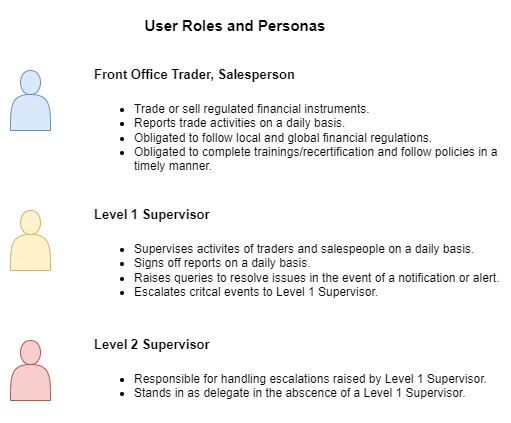
Before: images/deer_platform_persona.drawio.png, a diagram exported from draw.io (larinde/larinde.github.io). Source tidied: cells renumbered, new cells last; positions are measured from the earlier drawing's top-left corner, leaving out a move shared by most shapes. Source of this version:
```xml
<mxGraphModel>
  <root>
    <mxCell id="0" />
    <mxCell id="1" parent="0" />
    <mxCell id="2" value="&lt;h1 style=&quot;margin-top: 0px;&quot;&gt;&lt;font style=&quot;font-size: 13px;&quot;&gt;Front Office Trader, Salesperson&lt;/font&gt;&lt;/h1&gt;&lt;p&gt;&lt;/p&gt;&lt;ul&gt;&lt;li&gt;Trade or sell regulated financial instruments.&lt;/li&gt;&lt;li&gt;Reports trade activities on a daily basis.&lt;br&gt;&lt;/li&gt;&lt;li&gt;Obligated to follow local and global financial regulations.&lt;/li&gt;&lt;li&gt;Obligated to complete trainings/recertification and follow policies in a timely manner.&lt;/li&gt;&lt;/ul&gt;&lt;p&gt;&lt;/p&gt;" style="text;html=1;whiteSpace=wrap;overflow=hidden;rounded=0;" parent="1" vertex="1">
      <mxGeometry x="81.5" y="40" width="408.5" height="130" as="geometry" />
    </mxCell>
    <mxCell id="3" value="&lt;h1 style=&quot;margin-top: 0px;&quot;&gt;&lt;font style=&quot;font-size: 13px;&quot;&gt;Level 1 Supervisor&lt;/font&gt;&lt;/h1&gt;&lt;p&gt;&lt;/p&gt;&lt;ul&gt;&lt;li&gt;Supervises activites of traders and salespeople on a daily basis.&lt;/li&gt;&lt;li&gt;Signs off reports on a daily basis.&lt;/li&gt;&lt;li&gt;Raises queries to resolve issues in the event of a notification or alert.&lt;/li&gt;&lt;li&gt;Escalates critcal events to Level 1 Supervisor.&lt;/li&gt;&lt;/ul&gt;&lt;p&gt;&lt;/p&gt;" style="text;html=1;whiteSpace=wrap;overflow=hidden;rounded=0;" parent="1" vertex="1">
      <mxGeometry x="81.5" y="180" width="408.5" height="120" as="geometry" />
    </mxCell>
    <mxCell id="4" value="&lt;h1 style=&quot;margin-top: 0px;&quot;&gt;&lt;font style=&quot;font-size: 13px;&quot;&gt;Level 2 Supervisor&lt;/font&gt;&lt;/h1&gt;&lt;p&gt;&lt;/p&gt;&lt;ul&gt;&lt;li&gt;Responsible for handling escalations raised by Level 1 Supervisor.&lt;/li&gt;&lt;li&gt;Stands in as delegate in the abscence of a Level 1 Supervisor.&lt;/li&gt;&lt;/ul&gt;&lt;p&gt;&lt;/p&gt;" style="text;html=1;whiteSpace=wrap;overflow=hidden;rounded=0;" parent="1" vertex="1">
      <mxGeometry x="81.5" y="310" width="408.5" height="90" as="geometry" />
    </mxCell>
    <mxCell id="5" style="shape=actor;whiteSpace=wrap;html=1;fillColor=#dae8fc;strokeColor=#6c8ebf;" parent="1" vertex="1">
      <mxGeometry y="60" width="40" height="60" as="geometry" />
    </mxCell>
    <mxCell id="6" style="shape=actor;whiteSpace=wrap;html=1;fillColor=#fff2cc;strokeColor=#d6b656;" parent="1" vertex="1">
      <mxGeometry y="200" width="40" height="60" as="geometry" />
    </mxCell>
    <mxCell id="7" style="shape=actor;whiteSpace=wrap;html=1;fillColor=#f8cecc;strokeColor=#b85450;" parent="1" vertex="1">
      <mxGeometry y="330" width="40" height="60" as="geometry" />
    </mxCell>
    <mxCell id="8" value="&lt;font size=&quot;1&quot; style=&quot;&quot;&gt;&lt;b style=&quot;font-size: 15px;&quot;&gt;User Roles and Personas&lt;/b&gt;&lt;/font&gt;" style="text;html=1;align=center;verticalAlign=middle;whiteSpace=wrap;rounded=0;" parent="1" vertex="1">
      <mxGeometry x="90" width="270" height="30" as="geometry" />
    </mxCell>
  </root>
</mxGraphModel>
```
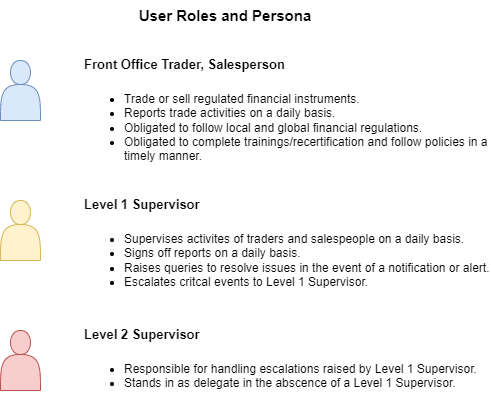
Later version of the same file.

Commit message:
updates to deer presentation

Change to the diagram source:
```diff
@@ -20,7 +20,7 @@
     <mxCell id="7" style="shape=actor;whiteSpace=wrap;html=1;fillColor=#f8cecc;strokeColor=#b85450;" parent="1" vertex="1">
       <mxGeometry y="330" width="40" height="60" as="geometry" />
     </mxCell>
-    <mxCell id="8" value="&lt;font size=&quot;1&quot; style=&quot;&quot;&gt;&lt;b style=&quot;font-size: 15px;&quot;&gt;User Roles and Personas&lt;/b&gt;&lt;/font&gt;" style="text;html=1;align=center;verticalAlign=middle;whiteSpace=wrap;rounded=0;" parent="1" vertex="1">
+    <mxCell id="8" value="&lt;font size=&quot;1&quot; style=&quot;&quot;&gt;&lt;b style=&quot;font-size: 15px;&quot;&gt;User Roles and Persona&lt;/b&gt;&lt;/font&gt;" style="text;html=1;align=center;verticalAlign=middle;whiteSpace=wrap;rounded=0;" parent="1" vertex="1">
       <mxGeometry x="90" width="270" height="30" as="geometry" />
     </mxCell>
   </root>
```
